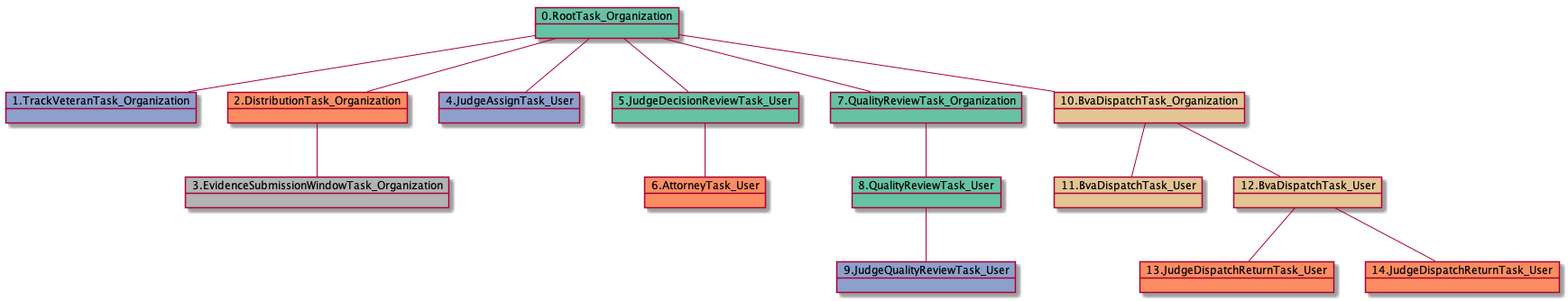
Before: docs-ES/uml/RTO.TVTO.DTO.ESWTO.JATU.JDRTU.ATU.QRTO.QRTU.JQRTU.BDTO.BDTU-15411.png, a diagram exported from PlantUML (yoomlam/graphing).
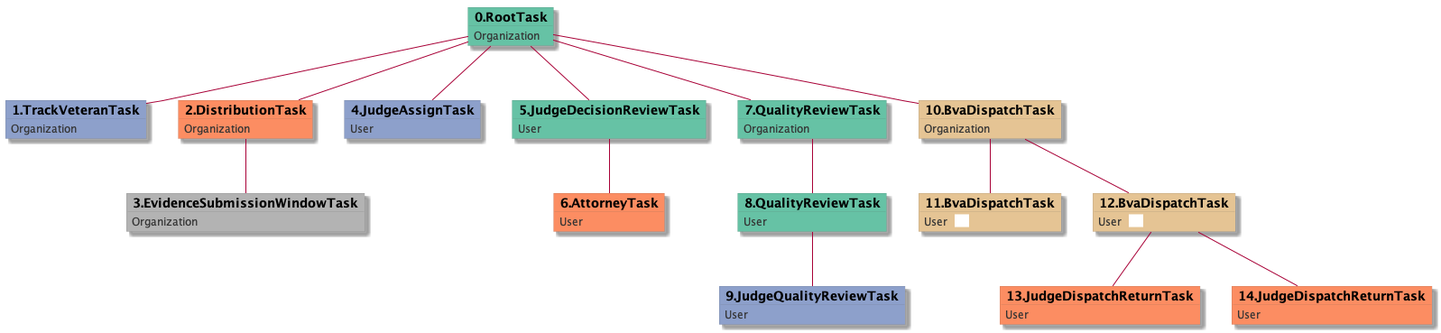
After the change.

What changed in the source:
```diff
@@ -1,31 +1,69 @@
 @startuml
-object 0.RootTask_Organization #66c2a5
-object 1.TrackVeteranTask_Organization #8da0cb
-object 2.DistributionTask_Organization #fc8d62
-object 3.EvidenceSubmissionWindowTask_Organization #b3b3b3
-object 4.JudgeAssignTask_User #8da0cb
-object 5.JudgeDecisionReviewTask_User #66c2a5
-object 6.AttorneyTask_User #fc8d62
-object 7.QualityReviewTask_Organization #66c2a5
-object 8.QualityReviewTask_User #66c2a5
-object 9.JudgeQualityReviewTask_User #8da0cb
-object 10.BvaDispatchTask_Organization #e5c494
-object 11.BvaDispatchTask_User #e5c494
-object 12.BvaDispatchTask_User #e5c494
-object 13.JudgeDispatchReturnTask_User #fc8d62
-object 14.JudgeDispatchReturnTask_User #fc8d62
-0.RootTask_Organization -- 1.TrackVeteranTask_Organization
-0.RootTask_Organization -- 2.DistributionTask_Organization
-2.DistributionTask_Organization -- 3.EvidenceSubmissionWindowTask_Organization
-0.RootTask_Organization -- 4.JudgeAssignTask_User
-0.RootTask_Organization -- 5.JudgeDecisionReviewTask_User
-5.JudgeDecisionReviewTask_User -- 6.AttorneyTask_User
-0.RootTask_Organization -- 7.QualityReviewTask_Organization
-7.QualityReviewTask_Organization -- 8.QualityReviewTask_User
-8.QualityReviewTask_User -- 9.JudgeQualityReviewTask_User
-0.RootTask_Organization -- 10.BvaDispatchTask_Organization
-10.BvaDispatchTask_Organization -- 11.BvaDispatchTask_User
-10.BvaDispatchTask_Organization -- 12.BvaDispatchTask_User
-12.BvaDispatchTask_User -- 13.JudgeDispatchReturnTask_User
-12.BvaDispatchTask_User -- 14.JudgeDispatchReturnTask_User
+skinparam {
+  ObjectBorderColor #555
+  ObjectBorderThickness 0
+  ObjectFontStyle bold
+  ObjectFontSize 14
+  ObjectAttributeFontColor #333
+  ObjectAttributeFontSize 12
+}
+  object 0.RootTask #66c2a5 {
+Organization
+}
+  object 1.TrackVeteranTask #8da0cb {
+Organization
+}
+  object 2.DistributionTask #fc8d62 {
+Organization
+}
+  object 3.EvidenceSubmissionWindowTask #b3b3b3 {
+Organization
+}
+  object 4.JudgeAssignTask #8da0cb {
+User
+}
+  object 5.JudgeDecisionReviewTask #66c2a5 {
+User
+}
+  object 6.AttorneyTask #fc8d62 {
+User
+}
+  object 7.QualityReviewTask #66c2a5 {
+Organization
+}
+  object 8.QualityReviewTask #66c2a5 {
+User
+}
+  object 9.JudgeQualityReviewTask #8da0cb {
+User
+}
+  object 10.BvaDispatchTask #e5c494 {
+Organization
+}
+  object 11.BvaDispatchTask #e5c494 {
+User  <back:white>    </back>
+}
+  object 12.BvaDispatchTask #e5c494 {
+User  <back:white>    </back>
+}
+  object 13.JudgeDispatchReturnTask #fc8d62 {
+User
+}
+  object 14.JudgeDispatchReturnTask #fc8d62 {
+User
+}
+0.RootTask -- 1.TrackVeteranTask
+0.RootTask -- 2.DistributionTask
+2.DistributionTask -- 3.EvidenceSubmissionWindowTask
+0.RootTask -- 4.JudgeAssignTask
+0.RootTask -- 5.JudgeDecisionReviewTask
+5.JudgeDecisionReviewTask -- 6.AttorneyTask
+0.RootTask -- 7.QualityReviewTask
+7.QualityReviewTask -- 8.QualityReviewTask
+8.QualityReviewTask -- 9.JudgeQualityReviewTask
+0.RootTask -- 10.BvaDispatchTask
+10.BvaDispatchTask -- 11.BvaDispatchTask
+10.BvaDispatchTask -- 12.BvaDispatchTask
+12.BvaDispatchTask -- 13.JudgeDispatchReturnTask
+12.BvaDispatchTask -- 14.JudgeDispatchReturnTask
 @enduml
```
